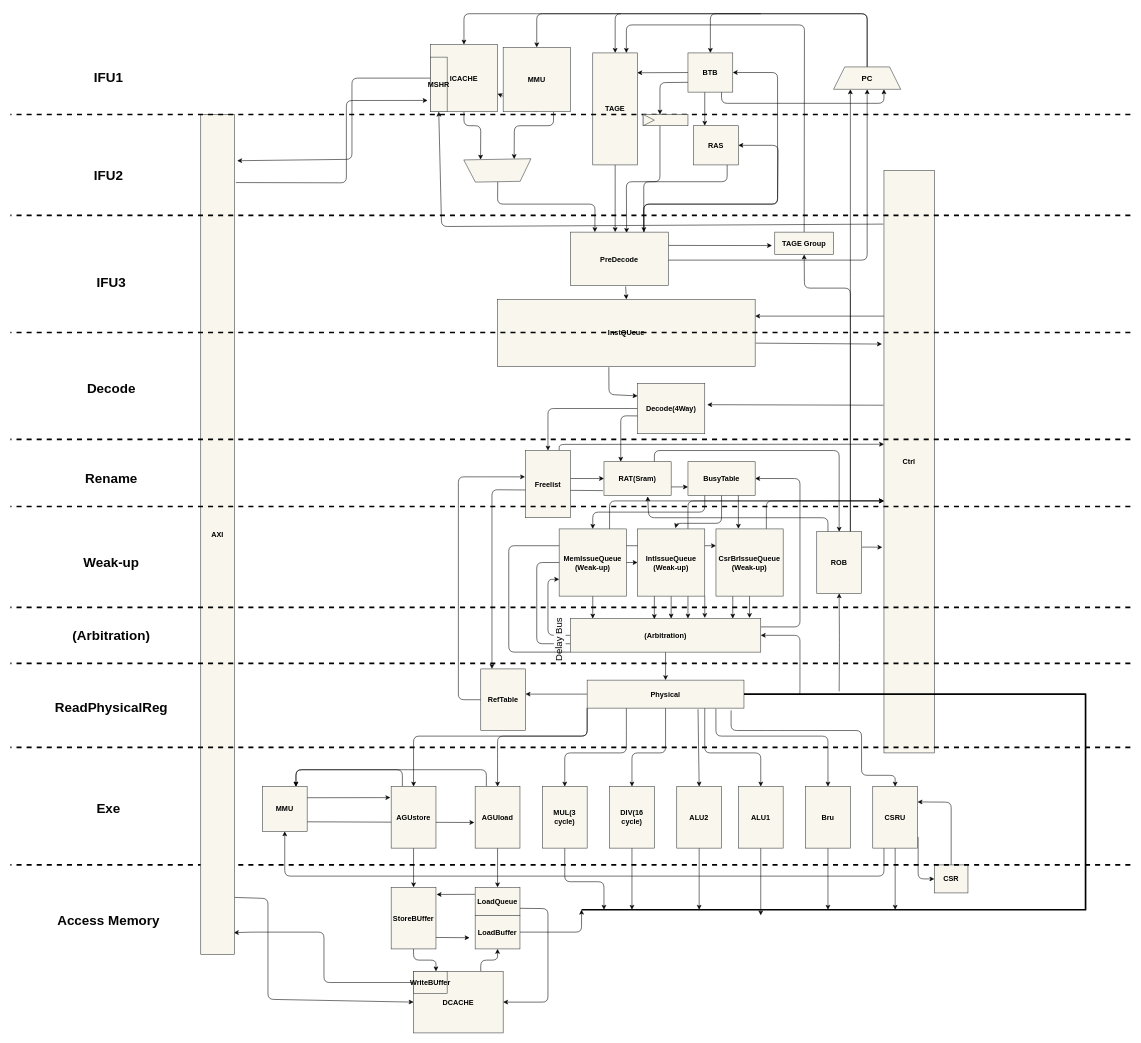
xunqianxun/LongArch-liguoqi-CPU keeps this draw.io diagram as doc/picture/Arch.dio. Above is the earlier version. Source tidied: cells renumbered, new cells numbered last; positions are measured from the earlier drawing's top-left corner, leaving out a move shared by most shapes. Both pictures are drawn from the tidied source at 56%, with x=0, y=0 at pixel (10, 13).
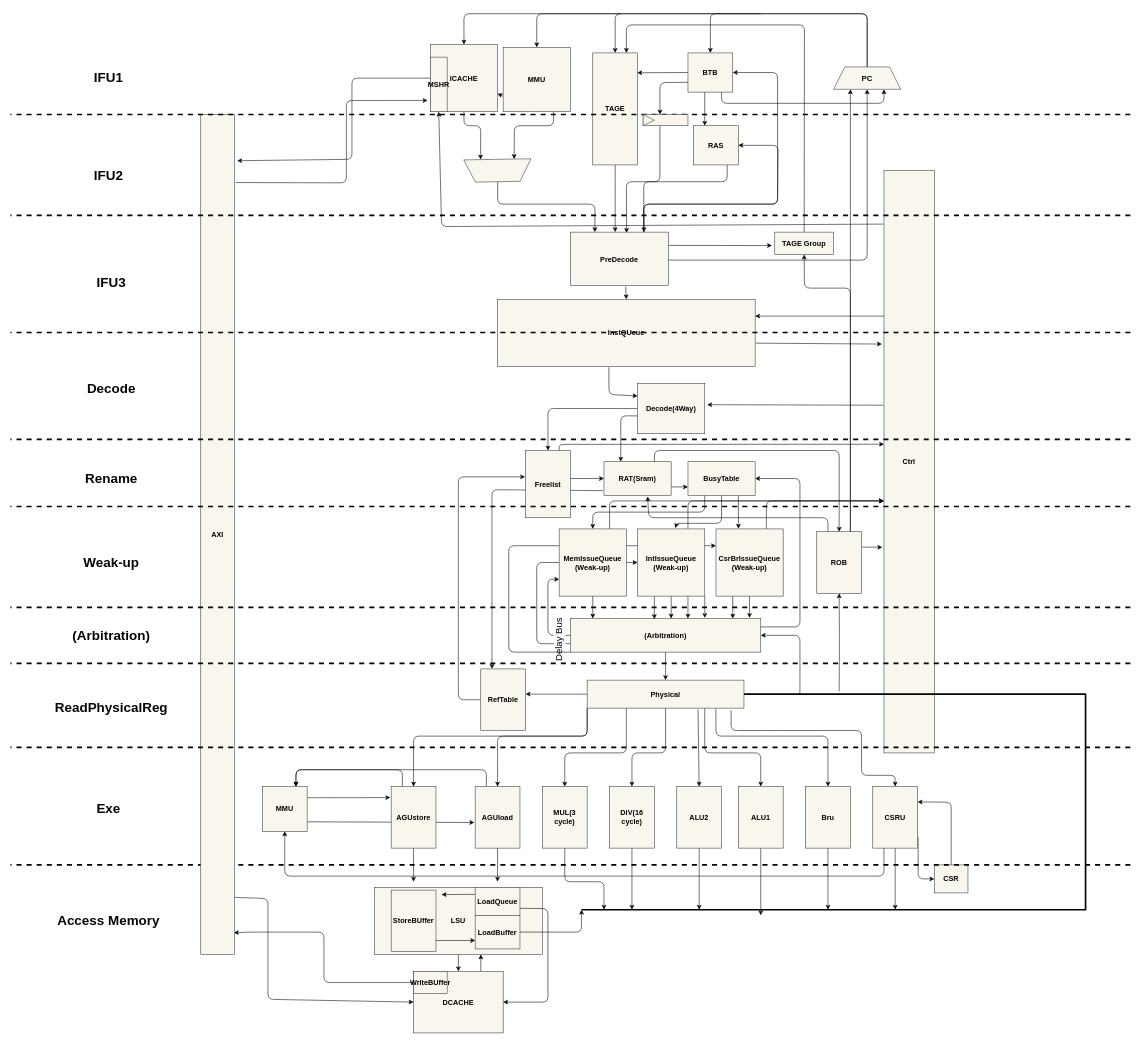
Above is the later version.

Commit message (it also covers changes not shown here):
Arch Draw

The change refers to these unchanged cells:
```xml
<mxCell id="96" value="&lt;b style=&quot;color: rgb(0, 0, 0); font-size: 13px;&quot;&gt;DCACHE&lt;/b&gt;" style="whiteSpace=wrap;html=1;fillColor=#f9f7ed;strokeColor=#36393d;" parent="1" vertex="1">
  <mxGeometry x="720" y="1710" width="160" height="110" as="geometry" />
</mxCell>
<mxCell id="131" value="&lt;b style=&quot;color: rgb(0, 0, 0); font-size: 13px;&quot;&gt;AGUload&lt;/b&gt;" style="whiteSpace=wrap;html=1;fillColor=#f9f7ed;strokeColor=#36393d;" parent="1" vertex="1">
  <mxGeometry x="830" y="1380" width="80" height="110" as="geometry" />
</mxCell>
<mxCell id="134" value="&lt;b style=&quot;color: rgb(0, 0, 0); font-size: 13px;&quot;&gt;AGUstore&lt;/b&gt;" style="whiteSpace=wrap;html=1;fillColor=#f9f7ed;strokeColor=#36393d;" parent="1" vertex="1">
  <mxGeometry x="680" y="1380" width="80" height="110" as="geometry" />
</mxCell>
<mxCell id="137" value="&lt;b style=&quot;color: rgb(0, 0, 0); font-size: 13px;&quot;&gt;LoadQueue&lt;/b&gt;" style="whiteSpace=wrap;html=1;fillColor=#f9f7ed;strokeColor=#36393d;" parent="1" vertex="1">
  <mxGeometry x="830" y="1560" width="80" height="50" as="geometry" />
</mxCell>
<mxCell id="139" value="&lt;b style=&quot;color: rgb(0, 0, 0); font-size: 13px;&quot;&gt;LoadBuffer&lt;/b&gt;" style="whiteSpace=wrap;html=1;fillColor=#f9f7ed;strokeColor=#36393d;" parent="1" vertex="1">
  <mxGeometry x="830" y="1610" width="80" height="60" as="geometry" />
</mxCell>
```

Change to the diagram source:
```diff
@@
-    <mxCell id="95" style="edgeStyle=none;html=1;exitX=0.75;exitY=0;exitDx=0;exitDy=0;entryX=0.5;entryY=1;entryDx=0;entryDy=0;strokeColor=#000000;" parent="1" edge="1" source="96" target="139">
-      <mxGeometry relative="1" as="geometry">
-        <Array as="points">
-          <mxPoint x="840" y="1690" />
-          <mxPoint x="870" y="1690" />
-        </Array>
-      </mxGeometry>
-    </mxCell>
+    <mxCell id="156" style="edgeStyle=none;html=1;exitX=0.75;exitY=0;exitDx=0;exitDy=0;entryX=0.634;entryY=0.998;entryDx=0;entryDy=0;entryPerimeter=0;strokeColor=#000000;" parent="1" edge="1" source="96" target="100">
+      <mxGeometry relative="1" as="geometry" />
+    </mxCell>
@@
-    <mxCell id="98" style="edgeStyle=none;html=1;exitX=0.989;exitY=0.814;exitDx=0;exitDy=0;strokeColor=#000000;exitPerimeter=0;" parent="1" edge="1" source="100">
+    <mxCell id="98" style="edgeStyle=none;html=1;strokeColor=#000000;" parent="1" edge="1">
       <mxGeometry relative="1" as="geometry">
+        <mxPoint x="760" y="1650" as="sourcePoint" />
         <mxPoint x="820" y="1650" as="targetPoint" />
       </mxGeometry>
     </mxCell>
-    <mxCell id="99" style="edgeStyle=none;html=1;exitX=0.5;exitY=1;exitDx=0;exitDy=0;entryX=0.25;entryY=0;entryDx=0;entryDy=0;strokeColor=#000000;" parent="1" edge="1" source="100" target="96">
-      <mxGeometry relative="1" as="geometry">
-        <Array as="points">
-          <mxPoint x="720" y="1690" />
-          <mxPoint x="760" y="1690" />
-        </Array>
-      </mxGeometry>
+    <mxCell id="99" style="edgeStyle=none;html=1;exitX=0.5;exitY=1;exitDx=0;exitDy=0;entryX=0.5;entryY=0;entryDx=0;entryDy=0;strokeColor=#000000;" parent="1" edge="1" source="100" target="96">
+      <mxGeometry relative="1" as="geometry" />
     </mxCell>
-    <mxCell id="100" value="&lt;b style=&quot;color: rgb(0, 0, 0); font-size: 13px;&quot;&gt;StoreBUffer&lt;/b&gt;" style="whiteSpace=wrap;html=1;fillColor=#f9f7ed;strokeColor=#36393d;" parent="1" vertex="1">
-      <mxGeometry x="680" y="1560" width="80" height="110" as="geometry" />
+    <mxCell id="100" value="&lt;b style=&quot;color: rgb(0, 0, 0); font-size: 13px;&quot;&gt;LSU&lt;/b&gt;" style="whiteSpace=wrap;html=1;fillColor=#f9f7ed;strokeColor=#36393d;" parent="1" vertex="1">
+      <mxGeometry x="650" y="1560" width="300" height="120" as="geometry" />
     </mxCell>
@@
-    <mxCell id="130" style="edgeStyle=none;html=1;exitX=0.5;exitY=1;exitDx=0;exitDy=0;entryX=0.5;entryY=0;entryDx=0;entryDy=0;strokeColor=#000000;" parent="1" edge="1" source="131" target="137">
-      <mxGeometry relative="1" as="geometry" />
+    <mxCell id="130" style="edgeStyle=none;html=1;exitX=0.5;exitY=1;exitDx=0;exitDy=0;strokeColor=#000000;" parent="1" edge="1" source="131">
+      <mxGeometry relative="1" as="geometry">
+        <mxPoint x="870" y="1550" as="targetPoint" />
+      </mxGeometry>
     </mxCell>
@@
-    <mxCell id="133" style="edgeStyle=none;html=1;exitX=0.5;exitY=1;exitDx=0;exitDy=0;entryX=0.5;entryY=0;entryDx=0;entryDy=0;strokeColor=#000000;" parent="1" edge="1" source="134" target="100">
-      <mxGeometry relative="1" as="geometry" />
+    <mxCell id="133" style="edgeStyle=none;html=1;exitX=0.5;exitY=1;exitDx=0;exitDy=0;strokeColor=#000000;" parent="1" edge="1" source="134">
+      <mxGeometry relative="1" as="geometry">
+        <mxPoint x="720" y="1550" as="targetPoint" />
+      </mxGeometry>
     </mxCell>
@@
-    <mxCell id="135" style="edgeStyle=none;html=1;exitX=0;exitY=0.25;exitDx=0;exitDy=0;entryX=1.015;entryY=0.116;entryDx=0;entryDy=0;entryPerimeter=0;strokeColor=#000000;" parent="1" edge="1" source="137" target="100">
-      <mxGeometry relative="1" as="geometry" />
+    <mxCell id="135" style="edgeStyle=none;html=1;exitX=0;exitY=0.25;exitDx=0;exitDy=0;strokeColor=#000000;" parent="1" edge="1" source="137">
+      <mxGeometry relative="1" as="geometry">
+        <mxPoint x="770" y="1573" as="targetPoint" />
+      </mxGeometry>
     </mxCell>
-    <mxCell id="136" style="edgeStyle=none;html=1;exitX=1;exitY=0.75;exitDx=0;exitDy=0;entryX=1;entryY=0.5;entryDx=0;entryDy=0;strokeColor=#000000;" parent="1" edge="1" source="137" target="96">
+    <mxCell id="136" style="edgeStyle=none;html=1;entryX=1;entryY=0.5;entryDx=0;entryDy=0;strokeColor=#000000;exitX=1;exitY=0.75;exitDx=0;exitDy=0;" parent="1" edge="1" source="137" target="96">
       <mxGeometry relative="1" as="geometry">
         <Array as="points">
           <mxPoint x="960" y="1598" />
           <mxPoint x="960" y="1765" />
         </Array>
       </mxGeometry>
     </mxCell>
@@
-    <mxCell id="138" style="edgeStyle=none;html=1;exitX=1;exitY=0.5;exitDx=0;exitDy=0;strokeColor=#000000;fontSize=14;fontColor=#000000;" parent="1" edge="1" source="139">
+    <mxCell id="138" style="edgeStyle=none;html=1;strokeColor=#000000;fontSize=14;fontColor=#000000;exitX=1;exitY=0.5;exitDx=0;exitDy=0;" parent="1" edge="1" source="139">
       <mxGeometry relative="1" as="geometry">
         <mxPoint x="1020" y="1600" as="targetPoint" />
         <Array as="points">
           <mxPoint x="1020" y="1640" />
         </Array>
       </mxGeometry>
     </mxCell>
@@
+    <mxCell id="157" style="edgeStyle=none;html=1;entryX=0;entryY=0.75;entryDx=0;entryDy=0;strokeColor=#000000;" parent="1" edge="1" target="139">
+      <mxGeometry relative="1" as="geometry">
+        <mxPoint x="750" y="1655" as="sourcePoint" />
+      </mxGeometry>
+    </mxCell>
+    <mxCell id="158" value="&lt;b style=&quot;color: rgb(0, 0, 0); font-size: 13px;&quot;&gt;StoreBUffer&lt;/b&gt;" style="whiteSpace=wrap;html=1;fillColor=#f9f7ed;strokeColor=#36393d;" parent="1" vertex="1">
+      <mxGeometry x="680" y="1565" width="80" height="110" as="geometry" />
+    </mxCell>
```
